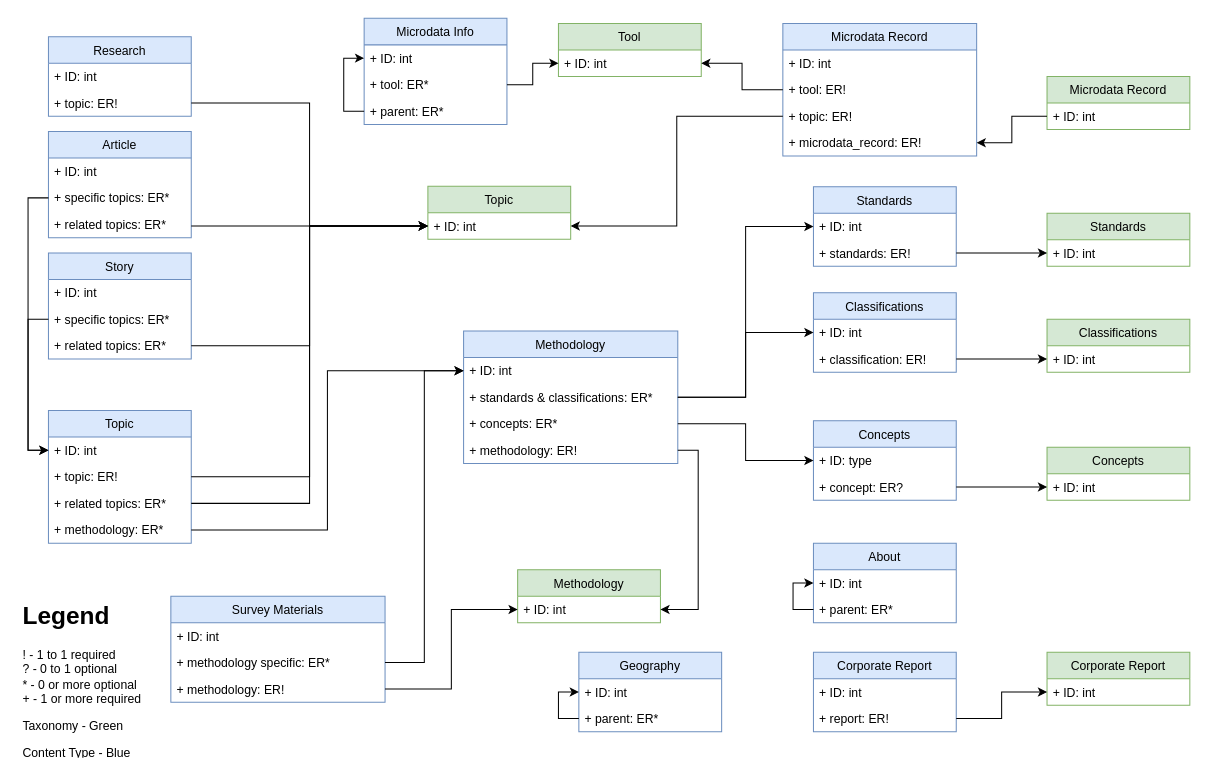
This is Untitled Diagram.drawio from rhys-mcguckin/d8-features, a draw.io file, before an edit. Source tidied: cells renumbered, new cells numbered last; positions are measured from the earlier drawing's top-left corner, leaving out a move shared by most shapes. Both pictures are drawn from the tidied source at 102%, with x=0, y=0 at pixel (17, 18).
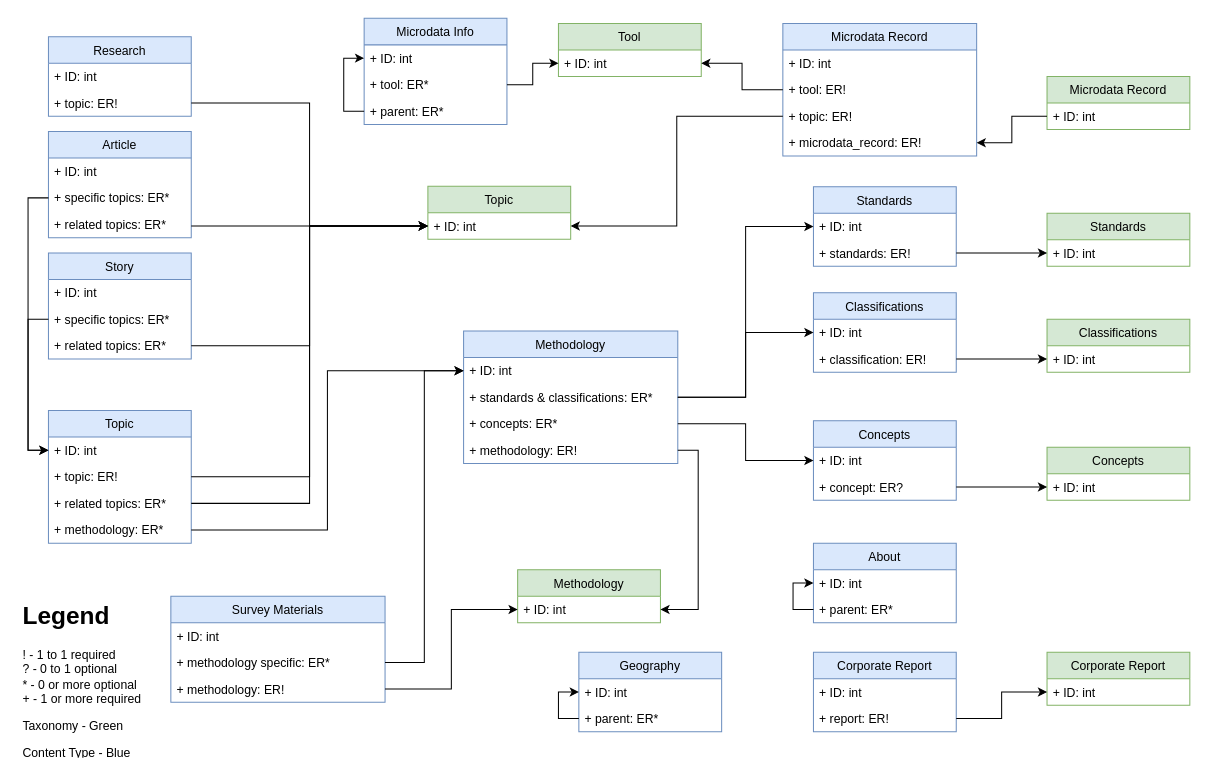
Above is the later version.

Commit message:
Fix type definition for concepts

The change refers to these unchanged cells:
```xml
<mxCell id="28" value="Concepts" style="swimlane;fontStyle=0;horizontal=1;startSize=26;fillColor=#dae8fc;strokeColor=#6c8ebf;" parent="1" vertex="1">
  <mxGeometry x="780" y="394" width="140" height="78" as="geometry" />
</mxCell>
```

The edit, as a diff of the source:
```diff
@@
-    <mxCell id="29" value="+ ID: type" style="text;strokeColor=none;fillColor=none;align=left;verticalAlign=top;spacingLeft=4;spacingRight=4;overflow=hidden;points=[[0,0.5],[1,0.5]];portConstraint=eastwest;" parent="28" vertex="1">
+    <mxCell id="29" value="+ ID: int" style="text;strokeColor=none;fillColor=none;align=left;verticalAlign=top;spacingLeft=4;spacingRight=4;overflow=hidden;points=[[0,0.5],[1,0.5]];portConstraint=eastwest;" parent="28" vertex="1">
       <mxGeometry y="26" width="140" height="26" as="geometry" />
     </mxCell>
```
